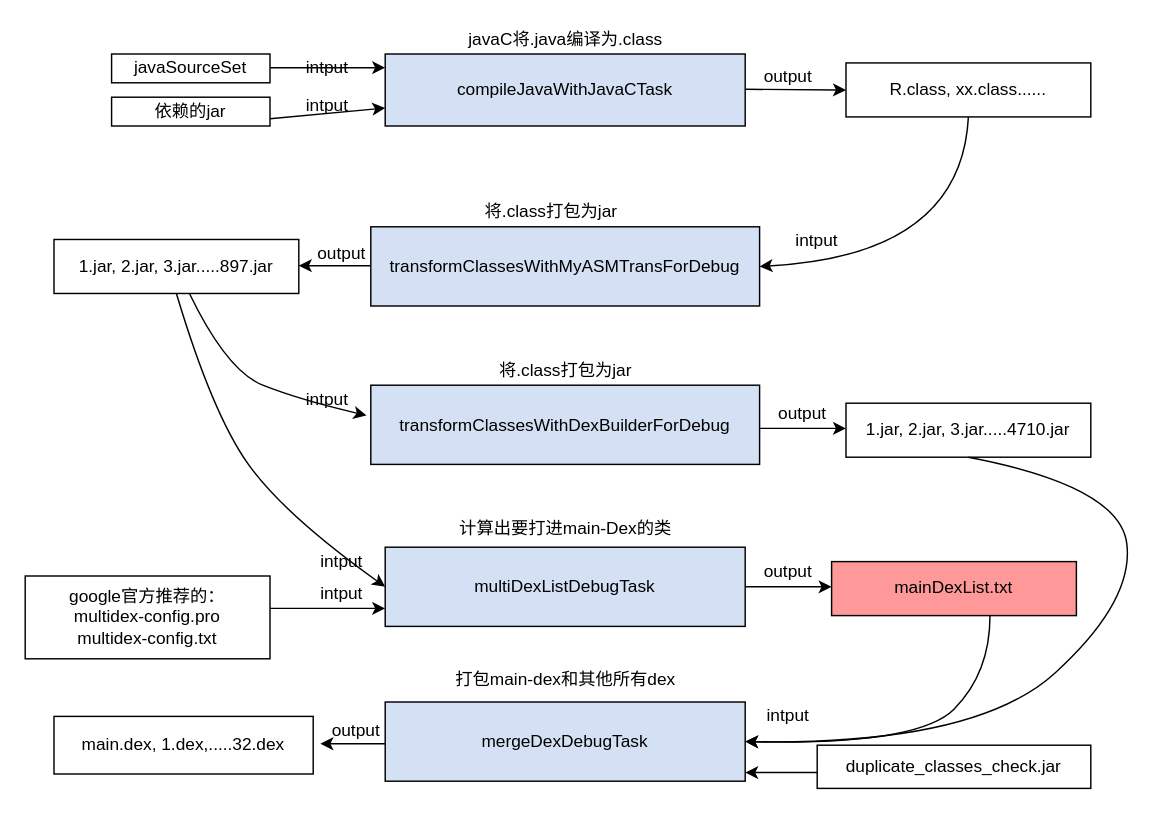
Earlier version of the draw.io diagram page "Page-5" (5 of 22) of T9.drawio (shinecjj/UML). Source tidied: cells renumbered, new cells numbered last; positions are measured from the earlier drawing's top-left corner, leaving out a move shared by most shapes. Both pictures are drawn from the tidied source at 144%, with x=0, y=0 at pixel (24, 24).
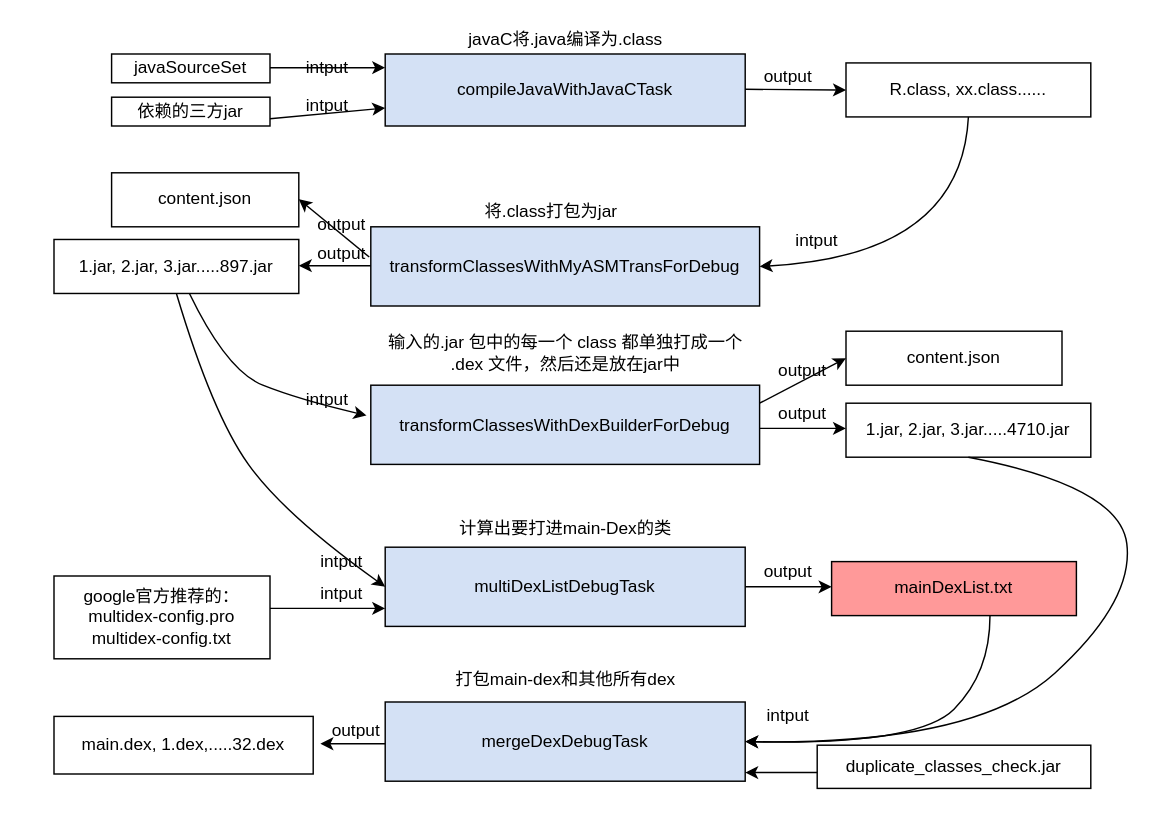
After the change.

Unchanged cells that the change refers to:
```xml
<mxCell id="22" value="transformClassesWithMyASMTransForDebug" style="rounded=0;whiteSpace=wrap;html=1;strokeColor=#000000;fillColor=#D4E1F5;" parent="1" vertex="1">
  <mxGeometry x="240" y="140" width="270" height="55" as="geometry" />
</mxCell>
```

The edit, as a diff of the source:
```diff
@@
     <mxCell id="21" value="&lt;div&gt;google官方推荐的：&lt;/div&gt;&lt;div&gt;multidex-config.pro&lt;/div&gt;&lt;div&gt;multidex-config.txt&lt;/div&gt;" style="rounded=0;whiteSpace=wrap;html=1;strokeColor=#000000;fillColor=none;" parent="1" vertex="1">
-      <mxGeometry y="382.5" width="170" height="57.5" as="geometry" />
+      <mxGeometry x="20" y="382.5" width="150" height="57.5" as="geometry" />
     </mxCell>
@@
-    <mxCell id="38" value="依赖的jar" style="rounded=0;whiteSpace=wrap;html=1;strokeColor=#000000;fillColor=none;" parent="1" vertex="1">
+    <mxCell id="38" value="依赖的三方jar" style="rounded=0;whiteSpace=wrap;html=1;strokeColor=#000000;fillColor=none;" parent="1" vertex="1">
       <mxGeometry x="60" y="50" width="110" height="20" as="geometry" />
     </mxCell>
@@
-    <mxCell id="45" value="将.class打包为jar" style="text;html=1;align=center;verticalAlign=middle;strokeColor=none;" parent="1" vertex="1">
-      <mxGeometry x="320" y="230" width="110" height="20" as="geometry" />
-    </mxCell>
@@
+    <mxCell id="48" value="content.json" style="rounded=0;whiteSpace=wrap;html=1;strokeColor=#000000;fillColor=none;" parent="1" vertex="1">
+      <mxGeometry x="60" y="102.5" width="130" height="37.5" as="geometry" />
+    </mxCell>
+    <mxCell id="49" style="endArrow=classic;html=1;strokeColor=#000000;fillColor=#FFFFFF;exitX=-0.004;exitY=0.382;exitDx=0;exitDy=0;exitPerimeter=0;" parent="1" edge="1" source="22">
+      <mxGeometry relative="1" as="geometry">
+        <mxPoint x="190" y="120.8" as="targetPoint" />
+      </mxGeometry>
+    </mxCell>
+    <mxCell id="50" value="output" style="text;html=1;strokeColor=none;fillColor=none;align=center;verticalAlign=middle;whiteSpace=wrap;rounded=0;" parent="1" vertex="1">
+      <mxGeometry x="200" y="128.8" width="40" height="20" as="geometry" />
+    </mxCell>
+    <mxCell id="51" value="content.json" style="rounded=0;whiteSpace=wrap;html=1;strokeColor=#000000;fillColor=none;" parent="1" vertex="1">
+      <mxGeometry x="570" y="212.5" width="150" height="37.5" as="geometry" />
+    </mxCell>
+    <mxCell id="52" style="endArrow=classic;html=1;strokeColor=#000000;fillColor=#FFFFFF;exitX=1;exitY=0.391;exitDx=0;exitDy=0;exitPerimeter=0;entryX=0;entryY=0.5;entryDx=0;entryDy=0;" parent="1" edge="1" target="51">
+      <mxGeometry relative="1" as="geometry">
+        <mxPoint x="510" y="262.5" as="sourcePoint" />
+      </mxGeometry>
+    </mxCell>
+    <mxCell id="53" value="output" style="text;html=1;strokeColor=none;fillColor=none;align=center;verticalAlign=middle;whiteSpace=wrap;rounded=0;" parent="1" vertex="1">
+      <mxGeometry x="520" y="230" width="40" height="20" as="geometry" />
+    </mxCell>
+    <mxCell id="54" value="输入的.jar 包中的每一个 class 都单独打成一个&lt;br&gt;.dex 文件，然后还是放在jar中" style="text;html=1;align=center;verticalAlign=middle;strokeColor=none;" parent="1" vertex="1">
+      <mxGeometry x="245" y="212.5" width="260" height="30" as="geometry" />
+    </mxCell>
```
